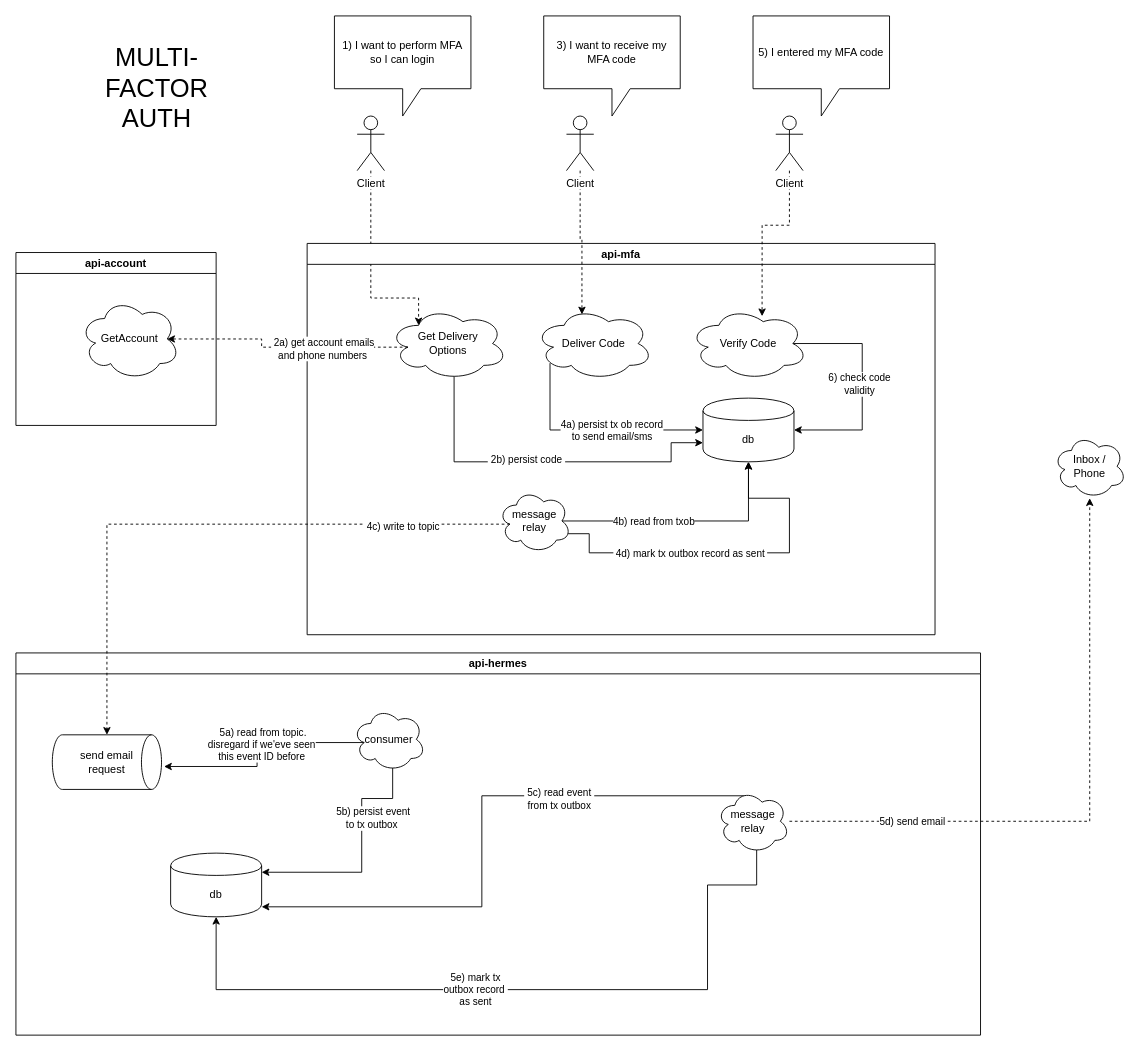
Earlier version of the draw.io diagram page "mfa" (4 of 5) of architecture.drawio (AlpacaLabs/getting-started). Source tidied: cells renumbered, new cells numbered last; positions are measured from the earlier drawing's top-left corner, leaving out a move shared by most shapes. Both pictures are drawn from the tidied source at 91%, with x=0, y=0 at pixel (15, 15).
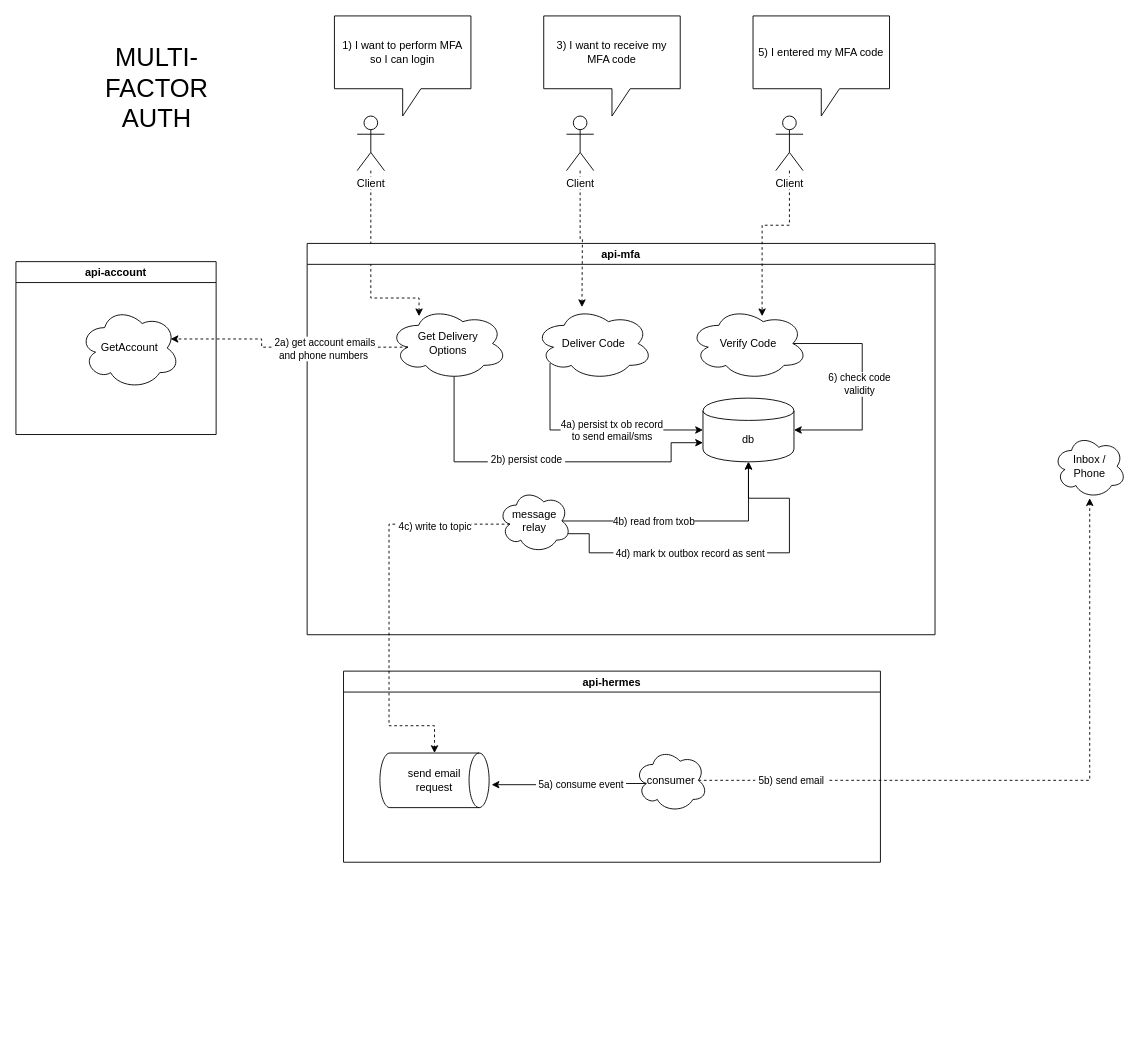
After the change.

The change refers to these unchanged cells:
```xml
<mxCell id="3" value="Client" style="shape=umlActor;verticalLabelPosition=bottom;labelBackgroundColor=#ffffff;verticalAlign=top;html=1;outlineConnect=0;" parent="1" vertex="1">
  <mxGeometry x="375" y="110" width="30" height="60" as="geometry" />
</mxCell>
<mxCell id="7" value="&lt;span class=&quot;pl-en&quot;&gt;Get Delivery &lt;br&gt;Options&lt;br&gt;&lt;/span&gt;" style="ellipse;shape=cloud;whiteSpace=wrap;html=1;" parent="4" vertex="1">
  <mxGeometry x="90" y="70" width="130" height="80" as="geometry" />
</mxCell>
<mxCell id="11" value="&lt;span class=&quot;pl-en&quot;&gt;Deliver Code&lt;br&gt;&lt;/span&gt;" style="ellipse;shape=cloud;whiteSpace=wrap;html=1;" parent="4" vertex="1">
  <mxGeometry x="250" y="70" width="130" height="80" as="geometry" />
</mxCell>
<mxCell id="17" value="message&lt;br&gt;relay" style="ellipse;shape=cloud;whiteSpace=wrap;html=1;rounded=0;" parent="4" vertex="1">
  <mxGeometry x="210" y="270" width="80" height="70" as="geometry" />
</mxCell>
<mxCell id="22" value="GetAccount" style="ellipse;shape=cloud;whiteSpace=wrap;html=1;" parent="21" vertex="1">
  <mxGeometry x="70" y="50" width="110" height="90" as="geometry" />
</mxCell>
<mxCell id="27" value="Client" style="shape=umlActor;verticalLabelPosition=bottom;labelBackgroundColor=#ffffff;verticalAlign=top;html=1;outlineConnect=0;" parent="1" vertex="1">
  <mxGeometry x="605" y="110" width="30" height="60" as="geometry" />
</mxCell>
<mxCell id="33" value="send email &lt;br&gt;request" style="strokeWidth=1;html=1;shape=mxgraph.flowchart.direct_data;whiteSpace=wrap;rounded=0;" parent="32" vertex="1">
  <mxGeometry x="40" y="90" width="120" height="60" as="geometry" />
</mxCell>
<mxCell id="34" style="edgeStyle=orthogonalEdgeStyle;rounded=0;jettySize=auto;html=1;exitX=0.16;exitY=0.55;exitDx=0;exitDy=0;exitPerimeter=0;entryX=1.023;entryY=0.58;entryDx=0;entryDy=0;entryPerimeter=0;" parent="32" edge="1" source="38" target="33">
  <mxGeometry relative="1" as="geometry" />
</mxCell>
<mxCell id="46" value="Inbox /&lt;br&gt;Phone" style="ellipse;shape=cloud;whiteSpace=wrap;html=1;rounded=0;" parent="1" vertex="1">
  <mxGeometry x="1140" y="460" width="80" height="70" as="geometry" />
</mxCell>
```

The edit, as a diff of the source:
```diff
@@
-    <mxCell id="2" style="edgeStyle=orthogonalEdgeStyle;rounded=0;jettySize=auto;html=1;dashed=1;entryX=0.25;entryY=0.25;entryDx=0;entryDy=0;entryPerimeter=0;" parent="1" edge="1" source="3" target="7">
+    <mxCell id="2" style="edgeStyle=orthogonalEdgeStyle;rounded=0;jettySize=auto;html=1;dashed=1;" parent="1" edge="1" source="3">
       <mxGeometry relative="1" as="geometry">
+        <mxPoint x="443" y="330" as="targetPoint" />
         <Array as="points">
           <mxPoint x="390" y="310" />
           <mxPoint x="443" y="310" />
         </Array>
       </mxGeometry>
     </mxCell>
@@
     <mxCell id="21" value="api-account" style="swimlane;rounded=0;" parent="1" vertex="1">
-      <mxGeometry y="260" width="220" height="190" as="geometry" />
+      <mxGeometry y="270" width="220" height="190" as="geometry" />
     </mxCell>
@@
-    <mxCell id="23" style="edgeStyle=orthogonalEdgeStyle;rounded=0;jettySize=auto;html=1;exitX=0.16;exitY=0.55;exitDx=0;exitDy=0;exitPerimeter=0;entryX=0.875;entryY=0.5;entryDx=0;entryDy=0;entryPerimeter=0;dashed=1;" parent="1" edge="1" source="7" target="22">
+    <mxCell id="23" style="edgeStyle=orthogonalEdgeStyle;rounded=0;jettySize=auto;html=1;exitX=0.16;exitY=0.55;exitDx=0;exitDy=0;exitPerimeter=0;dashed=1;" parent="1" edge="1" source="7">
       <mxGeometry relative="1" as="geometry">
+        <mxPoint x="170" y="355" as="targetPoint" />
         <Array as="points">
           <mxPoint x="270" y="364" />
           <mxPoint x="270" y="355" />
         </Array>
       </mxGeometry>
     </mxCell>
@@
-    <mxCell id="26" style="edgeStyle=orthogonalEdgeStyle;rounded=0;jettySize=auto;html=1;dashed=1;entryX=0.4;entryY=0.1;entryDx=0;entryDy=0;entryPerimeter=0;" parent="1" edge="1" source="27" target="11">
-      <mxGeometry relative="1" as="geometry" />
+    <mxCell id="26" style="edgeStyle=orthogonalEdgeStyle;rounded=0;jettySize=auto;html=1;dashed=1;" parent="1" edge="1" source="27">
+      <mxGeometry relative="1" as="geometry">
+        <mxPoint x="622" y="320" as="targetPoint" />
+      </mxGeometry>
     </mxCell>
@@
     <mxCell id="32" value="api-hermes" style="swimlane;rounded=0;" parent="1" vertex="1">
-      <mxGeometry y="700" width="1060" height="420" as="geometry" />
+      <mxGeometry x="360" y="720" width="590" height="210" as="geometry" />
     </mxCell>
@@
-    <mxCell id="35" value="&amp;nbsp;5a) read from topic.&lt;br&gt;disregard if we'eve seen&lt;br&gt;this event ID before" style="edgeLabel;html=1;align=center;verticalAlign=middle;" parent="34" vertex="1">
-      <mxGeometry x="-0.08" y="2" relative="1" as="geometry" />
+    <mxCell id="35" value="&amp;nbsp;5a) consume event&amp;nbsp;" style="edgeLabel;html=1;align=center;verticalAlign=middle;" parent="34" vertex="1">
+      <mxGeometry x="-0.08" y="2" relative="1" as="geometry">
+        <mxPoint x="6.2" y="-1.5" as="offset" />
+      </mxGeometry>
     </mxCell>
-    <mxCell id="36" style="edgeStyle=orthogonalEdgeStyle;rounded=0;jettySize=auto;html=1;exitX=0.55;exitY=0.95;exitDx=0;exitDy=0;exitPerimeter=0;entryX=1;entryY=0.3;entryDx=0;entryDy=0;" parent="32" edge="1" source="38" target="39">
-      <mxGeometry relative="1" as="geometry">
-        <Array as="points">
-          <mxPoint x="414" y="160" />
-          <mxPoint x="380" y="160" />
-          <mxPoint x="380" y="241" />
-        </Array>
-      </mxGeometry>
-    </mxCell>
-    <mxCell id="37" value="&amp;nbsp;5b) persist event&lt;br&gt;to tx outbox" style="edgeLabel;html=1;align=center;verticalAlign=middle;" parent="36" vertex="1">
-      <mxGeometry x="-0.31" relative="1" as="geometry">
-        <mxPoint x="10" as="offset" />
-      </mxGeometry>
-    </mxCell>
     <mxCell id="38" value="consumer" style="ellipse;shape=cloud;whiteSpace=wrap;html=1;rounded=0;" parent="32" vertex="1">
-      <mxGeometry x="370" y="60" width="80" height="70" as="geometry" />
+      <mxGeometry x="320" y="85" width="80" height="70" as="geometry" />
     </mxCell>
-    <mxCell id="39" value="db" style="shape=cylinder;whiteSpace=wrap;html=1;boundedLbl=1;backgroundOutline=1;" parent="32" vertex="1">
-      <mxGeometry x="170" y="220" width="100" height="70" as="geometry" />
-    </mxCell>
-    <mxCell id="40" style="edgeStyle=orthogonalEdgeStyle;rounded=0;jettySize=auto;html=1;exitX=0.4;exitY=0.1;exitDx=0;exitDy=0;exitPerimeter=0;" parent="32" edge="1" source="43">
-      <mxGeometry relative="1" as="geometry">
-        <mxPoint x="270" y="279" as="targetPoint" />
-        <Array as="points">
-          <mxPoint x="512" y="279" />
-        </Array>
-      </mxGeometry>
-    </mxCell>
-    <mxCell id="41" value="&amp;nbsp;5c) read event&amp;nbsp;&lt;br&gt;from tx outbox" style="edgeLabel;html=1;align=center;verticalAlign=middle;" parent="40" vertex="1">
-      <mxGeometry x="-0.44" y="2" relative="1" as="geometry">
-        <mxPoint x="-23" y="1" as="offset" />
-      </mxGeometry>
-    </mxCell>
-    <mxCell id="42" value="&lt;span style=&quot;font-family: &amp;#34;helvetica&amp;#34;&quot;&gt;&amp;nbsp;5e) mark tx&amp;nbsp;&lt;/span&gt;&lt;br style=&quot;font-family: &amp;#34;helvetica&amp;#34;&quot;&gt;&lt;span style=&quot;font-family: &amp;#34;helvetica&amp;#34;&quot;&gt;outbox record&amp;nbsp;&lt;/span&gt;&lt;br style=&quot;font-family: &amp;#34;helvetica&amp;#34;&quot;&gt;&lt;span style=&quot;font-family: &amp;#34;helvetica&amp;#34;&quot;&gt;as sent&lt;/span&gt;" style="edgeStyle=orthogonalEdgeStyle;rounded=0;jettySize=auto;html=1;entryX=0.5;entryY=1;entryDx=0;entryDy=0;exitX=0.55;exitY=0.95;exitDx=0;exitDy=0;exitPerimeter=0;" parent="32" edge="1" source="43" target="39">
-      <mxGeometry x="0.12" relative="1" as="geometry">
-        <Array as="points">
-          <mxPoint x="814" y="255" />
-          <mxPoint x="760" y="255" />
-          <mxPoint x="760" y="370" />
-          <mxPoint x="220" y="370" />
-        </Array>
-      </mxGeometry>
-    </mxCell>
-    <mxCell id="43" value="message&lt;br&gt;relay" style="ellipse;shape=cloud;whiteSpace=wrap;html=1;rounded=0;" parent="32" vertex="1">
-      <mxGeometry x="770" y="150" width="80" height="70" as="geometry" />
-    </mxCell>
     <mxCell id="44" style="edgeStyle=orthogonalEdgeStyle;rounded=0;jettySize=auto;html=1;exitX=0.16;exitY=0.55;exitDx=0;exitDy=0;exitPerimeter=0;entryX=0.5;entryY=0;entryDx=0;entryDy=0;entryPerimeter=0;dashed=1;" parent="1" edge="1" source="17" target="33">
       <mxGeometry relative="1" as="geometry">
         <Array as="points">
-          <mxPoint x="100" y="559" />
+          <mxPoint x="410" y="559" />
+          <mxPoint x="410" y="780" />
+          <mxPoint x="460" y="780" />
         </Array>
       </mxGeometry>
     </mxCell>
@@
-    <mxCell id="47" style="edgeStyle=orthogonalEdgeStyle;rounded=0;jettySize=auto;html=1;dashed=1;" parent="1" edge="1" source="43" target="46">
+    <mxCell id="47" style="edgeStyle=orthogonalEdgeStyle;rounded=0;jettySize=auto;html=1;dashed=1;exitX=0.875;exitY=0.5;exitDx=0;exitDy=0;exitPerimeter=0;" parent="1" edge="1" source="38" target="46">
       <mxGeometry relative="1" as="geometry" />
     </mxCell>
-    <mxCell id="48" value="5d) send email" style="edgeLabel;html=1;align=center;verticalAlign=middle;" parent="47" vertex="1">
-      <mxGeometry x="-0.61" relative="1" as="geometry" />
+    <mxCell id="48" value="&amp;nbsp;5b) send email&amp;nbsp;" style="edgeLabel;html=1;align=center;verticalAlign=middle;" parent="47" vertex="1">
+      <mxGeometry x="-0.61" relative="1" as="geometry">
+        <mxPoint x="-43" as="offset" />
+      </mxGeometry>
     </mxCell>
```
